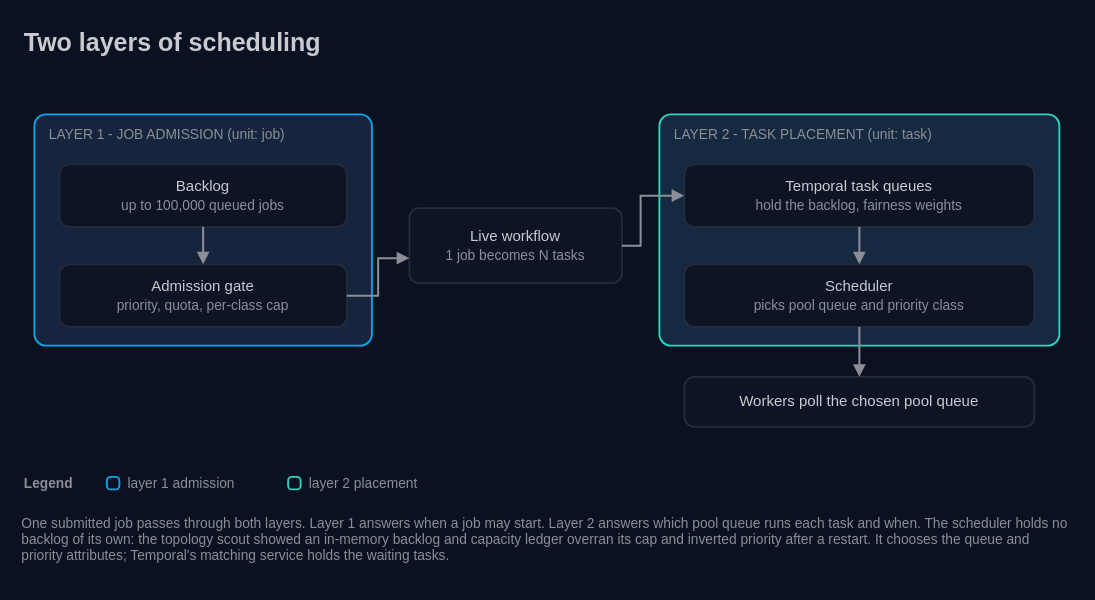
Earlier version of the draw.io diagram docs/architecture/02-two-layers-of-scheduling.drawio (AndoNorth/wasm-dag-forge). Source tidied: cells renumbered, new cells numbered last; positions are measured from the earlier drawing's top-left corner, leaving out a move shared by most shapes. Both pictures are drawn from the tidied source at 125%, with x=0, y=0 at pixel (21, 21).
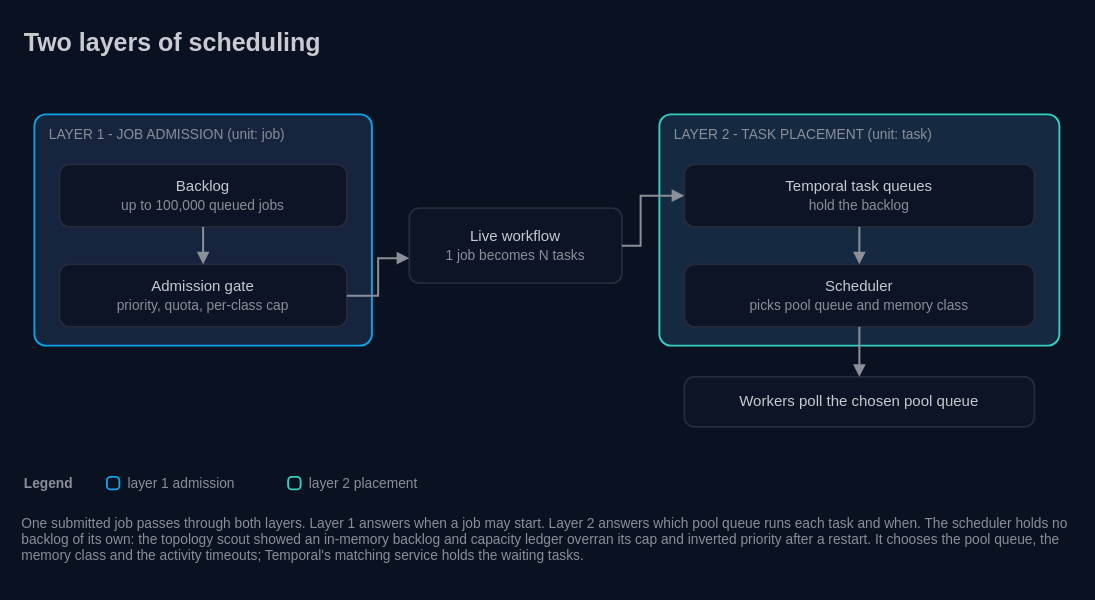
After the change.

Change to the diagram source:
```diff
@@
-    <mxCell id="8" value="Temporal task queues&lt;br&gt;&lt;font color=&quot;#8c8f98&quot; style=&quot;font-size:11px&quot;&gt;hold the backlog, fairness weights&lt;/font&gt;" style="rounded=1;arcSize=16;html=1;whiteSpace=wrap;fillColor=#0c1425;strokeColor=#252b39;strokeWidth=1.5;fontColor=#c9cbd0;fontSize=12;fontFamily=IBM Plex Sans;" parent="1" vertex="1">
+    <mxCell id="8" value="Temporal task queues&lt;br&gt;&lt;font color=&quot;#8c8f98&quot; style=&quot;font-size:11px&quot;&gt;hold the backlog&lt;/font&gt;" style="rounded=1;arcSize=16;html=1;whiteSpace=wrap;fillColor=#0c1425;strokeColor=#252b39;strokeWidth=1.5;fontColor=#c9cbd0;fontSize=12;fontFamily=IBM Plex Sans;" parent="1" vertex="1">
       <mxGeometry x="530" y="114" width="280" height="50" as="geometry" />
     </mxCell>
-    <mxCell id="9" value="Scheduler&lt;br&gt;&lt;font color=&quot;#8c8f98&quot; style=&quot;font-size:11px&quot;&gt;picks pool queue and priority class&lt;/font&gt;" style="rounded=1;arcSize=16;html=1;whiteSpace=wrap;fillColor=#0c1425;strokeColor=#252b39;strokeWidth=1.5;fontColor=#c9cbd0;fontSize=12;fontFamily=IBM Plex Sans;" parent="1" vertex="1">
+    <mxCell id="9" value="Scheduler&lt;br&gt;&lt;font color=&quot;#8c8f98&quot; style=&quot;font-size:11px&quot;&gt;picks pool queue and memory class&lt;/font&gt;" style="rounded=1;arcSize=16;html=1;whiteSpace=wrap;fillColor=#0c1425;strokeColor=#252b39;strokeWidth=1.5;fontColor=#c9cbd0;fontSize=12;fontFamily=IBM Plex Sans;" parent="1" vertex="1">
       <mxGeometry x="530" y="194" width="280" height="50" as="geometry" />
     </mxCell>
@@
-    <mxCell id="23" value="One submitted job passes through both layers. Layer 1 answers when a job may start. Layer 2 answers which pool queue runs each task and when. The scheduler holds no backlog of its own: the topology scout showed an in-memory backlog and capacity ledger overran its cap and inverted priority after a restart. It chooses the queue and priority attributes; Temporal's matching service holds the waiting tasks." style="text;html=1;strokeColor=none;fillColor=none;align=left;verticalAlign=top;whiteSpace=wrap;fontColor=#8c8f98;fontSize=11;fontFamily=IBM Plex Sans;spacing=0;" parent="1" vertex="1">
+    <mxCell id="23" value="One submitted job passes through both layers. Layer 1 answers when a job may start. Layer 2 answers which pool queue runs each task and when. The scheduler holds no backlog of its own: the topology scout showed an in-memory backlog and capacity ledger overran its cap and inverted priority after a restart. It chooses the pool queue, the memory class and the activity timeouts; Temporal's matching service holds the waiting tasks." style="text;html=1;strokeColor=none;fillColor=none;align=left;verticalAlign=top;whiteSpace=wrap;fontColor=#8c8f98;fontSize=11;fontFamily=IBM Plex Sans;spacing=0;" parent="1" vertex="1">
       <mxGeometry y="390" width="840" height="56" as="geometry" />
     </mxCell>
```
